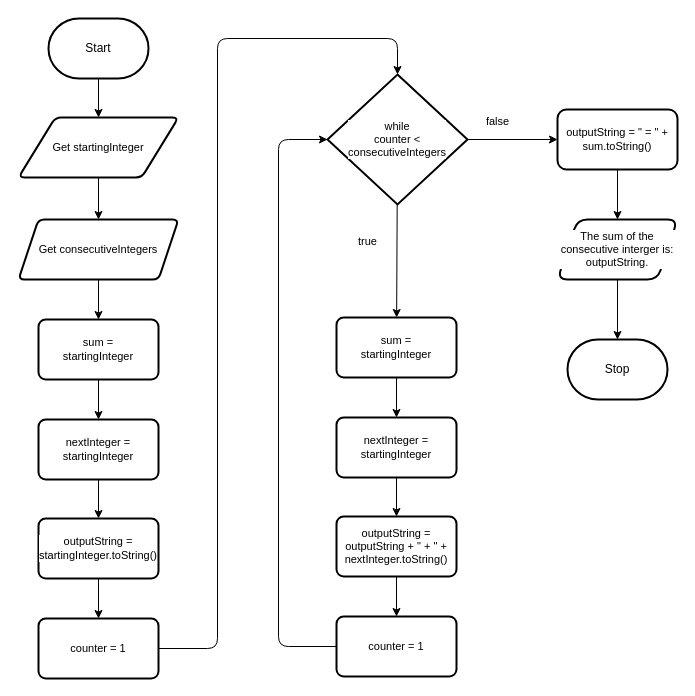
Before: design/flowchart.drawio in MTHS-ICD2O-1-2024/ICD2O-Assignment-05-Olivia-Ten-Den, a draw.io diagram. Source tidied: cells renumbered, new cells numbered last; positions are measured from the earlier drawing's top-left corner, leaving out a move shared by most shapes. Both pictures are drawn from the tidied source at 100%, with x=0, y=0 at pixel (18, 18).
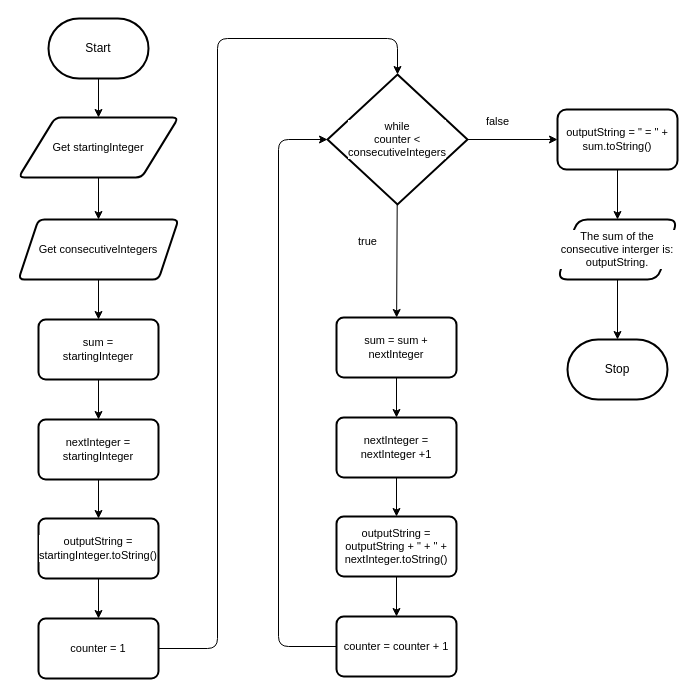
Above is the later version.

Change to the diagram source:
```diff
@@
-    <mxCell id="21" value="sum =&lt;div&gt;startingInteger&lt;/div&gt;" style="rounded=1;whiteSpace=wrap;html=1;fontSize=11;strokeWidth=2;arcSize=12;labelBackgroundColor=default;" parent="1" vertex="1">
+    <mxCell id="21" value="sum = sum +&lt;div&gt;nextInteger&lt;/div&gt;" style="rounded=1;whiteSpace=wrap;html=1;fontSize=11;strokeWidth=2;arcSize=12;labelBackgroundColor=default;" parent="1" vertex="1">
       <mxGeometry x="318" y="299" width="120" height="60" as="geometry" />
     </mxCell>
@@
-    <mxCell id="23" value="nextInteger =&lt;div&gt;startingInteger&lt;/div&gt;" style="rounded=1;whiteSpace=wrap;html=1;fontSize=11;strokeWidth=2;arcSize=12;labelBackgroundColor=default;" parent="1" vertex="1">
+    <mxCell id="23" value="nextInteger =&lt;div&gt;&lt;span style=&quot;color: rgb(0, 0, 0);&quot;&gt;nextInteger +1&lt;/span&gt;&lt;/div&gt;" style="rounded=1;whiteSpace=wrap;html=1;fontSize=11;strokeWidth=2;arcSize=12;labelBackgroundColor=default;" parent="1" vertex="1">
       <mxGeometry x="318" y="399" width="120" height="60" as="geometry" />
     </mxCell>
@@
-    <mxCell id="27" value="counter = 1" style="rounded=1;whiteSpace=wrap;html=1;fontSize=11;strokeWidth=2;arcSize=12;labelBackgroundColor=default;" parent="1" vertex="1">
+    <mxCell id="27" value="counter = counter + 1" style="rounded=1;whiteSpace=wrap;html=1;fontSize=11;strokeWidth=2;arcSize=12;labelBackgroundColor=default;" parent="1" vertex="1">
       <mxGeometry x="318" y="598" width="120" height="60" as="geometry" />
     </mxCell>
```
